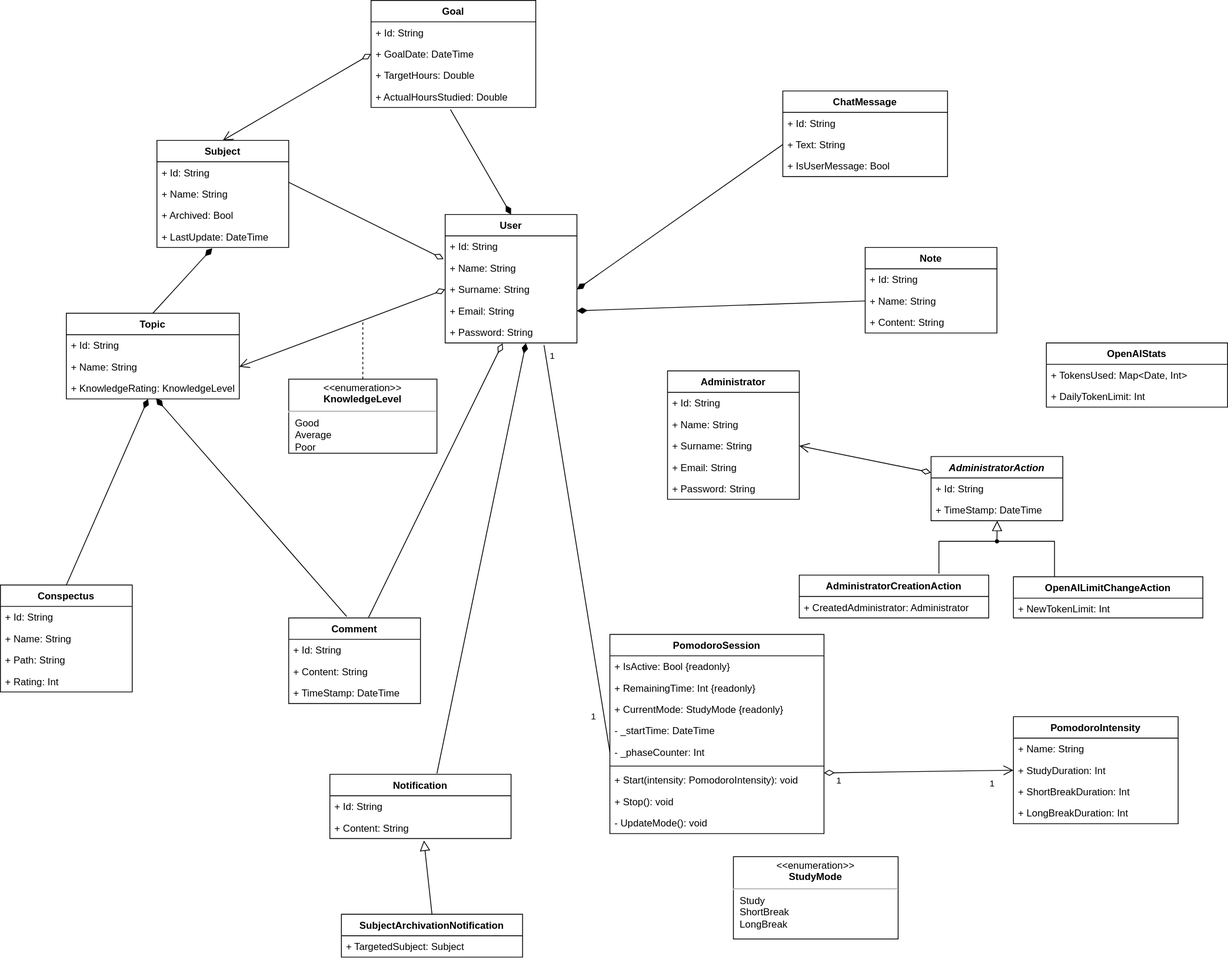
piatrashkakanstantinass/psi2 keeps this draw.io diagram as lab2diags/logical-view/models.drawio.svg. Above is the earlier version. Source tidied: cells renumbered, new cells last; positions are measured from the earlier drawing's top-left corner, leaving out a move shared by most shapes.
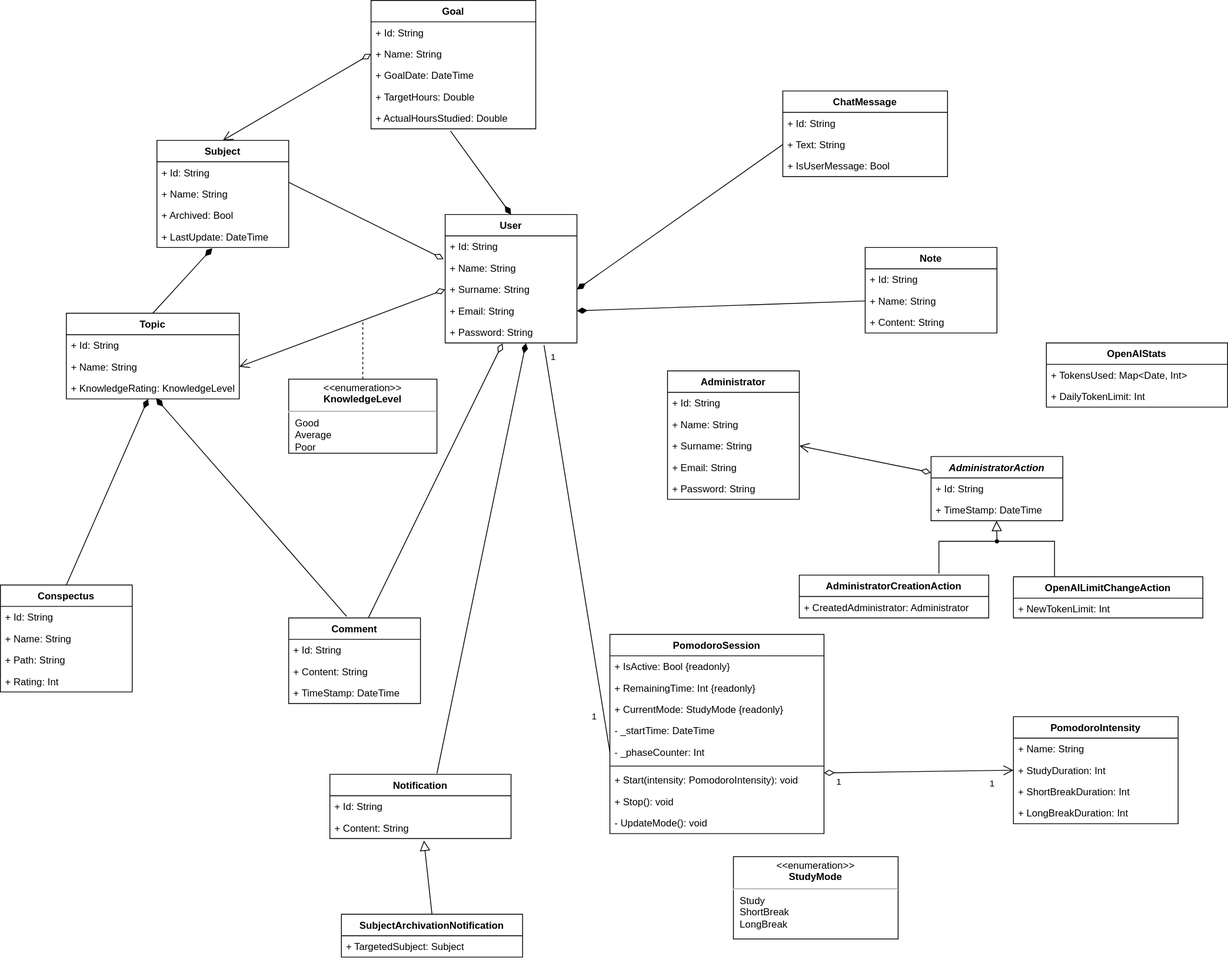
The same diagram one commit later.

Commit message:
feat: add model descriptions

Change to the diagram source:
```diff
@@ -87,19 +87,22 @@
       <mxGeometry relative="1" as="geometry" />
     </mxCell>
     <mxCell id="30" value="Goal" style="swimlane;fontStyle=1;align=center;verticalAlign=top;horizontal=1;startSize=26;" parent="1" vertex="1">
-      <mxGeometry x="450" width="200" height="130" as="geometry" />
+      <mxGeometry x="450" width="200" height="156" as="geometry" />
     </mxCell>
     <mxCell id="31" value="+ Id: String" style="text;strokeColor=none;fillColor=none;align=left;verticalAlign=top;spacingLeft=4;spacingRight=4;overflow=hidden;" parent="30" vertex="1">
       <mxGeometry y="26" width="200" height="26" as="geometry" />
     </mxCell>
+    <mxCell id="101" value="+ Name: String" style="text;strokeColor=none;fillColor=none;align=left;verticalAlign=top;spacingLeft=4;spacingRight=4;overflow=hidden;whiteSpace=wrap;html=1;" parent="30" vertex="1">
+      <mxGeometry y="52" width="200" height="26" as="geometry" />
+    </mxCell>
     <mxCell id="32" value="+ GoalDate: DateTime" style="text;strokeColor=none;fillColor=none;align=left;verticalAlign=top;spacingLeft=4;spacingRight=4;overflow=hidden;" parent="30" vertex="1">
-      <mxGeometry y="52" width="200" height="26" as="geometry" />
+      <mxGeometry y="78" width="200" height="26" as="geometry" />
     </mxCell>
     <mxCell id="33" value="+ TargetHours: Double" style="text;strokeColor=none;fillColor=none;align=left;verticalAlign=top;spacingLeft=4;spacingRight=4;overflow=hidden;" parent="30" vertex="1">
-      <mxGeometry y="78" width="200" height="26" as="geometry" />
+      <mxGeometry y="104" width="200" height="26" as="geometry" />
     </mxCell>
     <mxCell id="34" value="+ ActualHoursStudied: Double" style="text;strokeColor=none;fillColor=none;align=left;verticalAlign=top;spacingLeft=4;spacingRight=4;overflow=hidden;points=[[0,0.5],[1,0.5]];portConstraint=eastwest;" parent="30" vertex="1">
-      <mxGeometry y="104" width="200" height="26" as="geometry" />
+      <mxGeometry y="130" width="200" height="26" as="geometry" />
     </mxCell>
     <mxCell id="35" value="&lt;p style=&quot;margin:0px;margin-top:4px;text-align:center;&quot;&gt;&amp;lt;&amp;lt;enumeration&amp;gt;&amp;gt;&lt;br&gt;&lt;b&gt;KnowledgeLevel&lt;/b&gt;&lt;/p&gt;&lt;hr&gt;&lt;p style=&quot;margin:0px;margin-left:8px;text-align:left;&quot;&gt;Good&lt;br&gt;Average&lt;/p&gt;&lt;p style=&quot;margin:0px;margin-left:8px;text-align:left;&quot;&gt;Poor&lt;/p&gt;" style="shape=rect;html=1;overflow=fill;whiteSpace=wrap;" parent="1" vertex="1">
       <mxGeometry x="350" y="460" width="180" height="90" as="geometry" />
```
